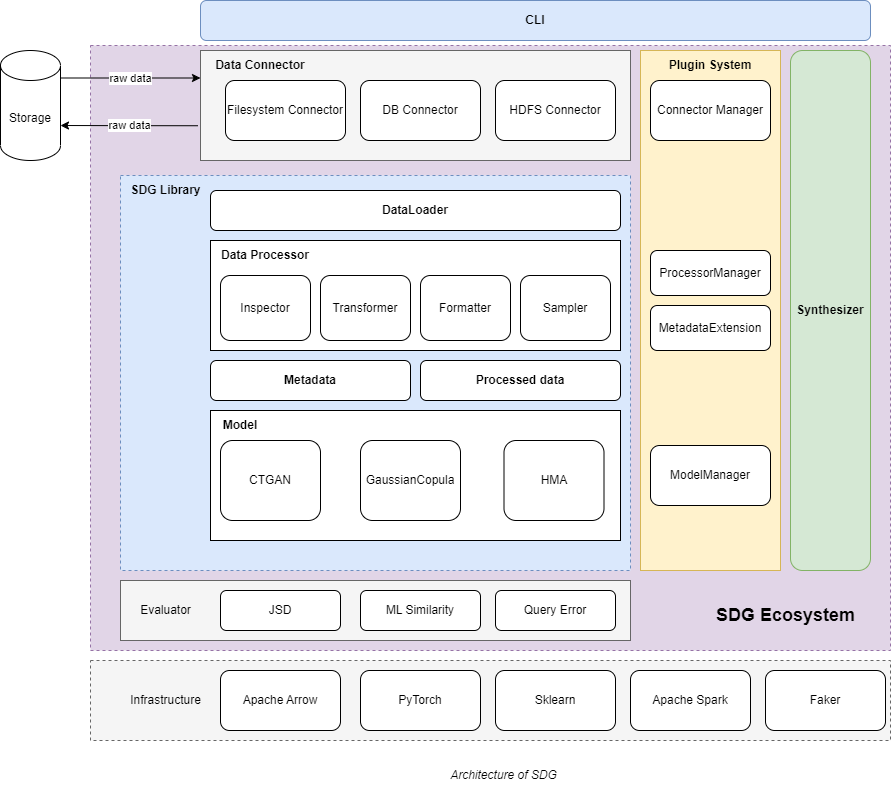
The draw.io diagram docs/source/_static/architecture.png in hitsz-ids/synthetic-data-generator, before a commit. Source tidied: cells renumbered, new cells last; positions are measured from the earlier drawing's top-left corner, leaving out a move shared by most shapes.
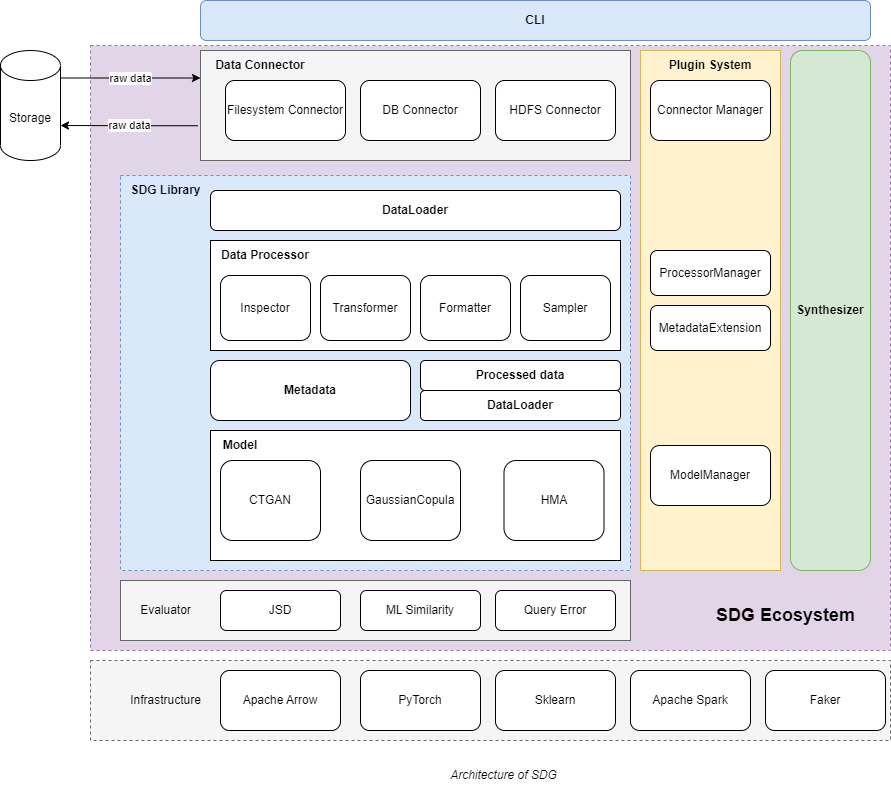
The same file after the commit.

What changed in the source:
```diff
@@ -2,27 +2,27 @@
   <root>
     <mxCell id="0" />
     <mxCell id="1" parent="0" />
-    <mxCell id="2" style="rounded=0;whiteSpace=wrap;html=1;dashed=1;fillColor=#e1d5e7;strokeColor=#9673a6;" parent="1" vertex="1">
-      <mxGeometry x="90" y="45" width="800" height="605" as="geometry" />
-    </mxCell>
-    <mxCell id="3" style="rounded=0;whiteSpace=wrap;html=1;dashed=1;fillColor=#dae8fc;strokeColor=#6c8ebf;" parent="1" vertex="1">
-      <mxGeometry x="120" y="175" width="510" height="395" as="geometry" />
-    </mxCell>
-    <mxCell id="4" style="rounded=0;whiteSpace=wrap;html=1;fillColor=#fff2cc;strokeColor=#d6b656;" parent="1" vertex="1">
-      <mxGeometry x="640" y="50" width="140" height="520" as="geometry" />
-    </mxCell>
+    <mxCell id="48" style="rounded=0;whiteSpace=wrap;html=1;dashed=1;fillColor=#e1d5e7;strokeColor=#9673a6;" parent="1" vertex="1">
+      <mxGeometry x="90" y="45" width="800" height="605" as="geometry" />
+    </mxCell>
+    <mxCell id="49" style="rounded=0;whiteSpace=wrap;html=1;dashed=1;fillColor=#dae8fc;strokeColor=#6c8ebf;" parent="1" vertex="1">
+      <mxGeometry x="120" y="175" width="510" height="395" as="geometry" />
+    </mxCell>
+    <mxCell id="50" style="rounded=0;whiteSpace=wrap;html=1;fillColor=#fff2cc;strokeColor=#d6b656;" parent="1" vertex="1">
+      <mxGeometry x="640" y="50" width="140" height="520" as="geometry" />
+    </mxCell>
     <mxCell id="5" value="Plugin System" style="text;html=1;strokeColor=none;fillColor=none;align=center;verticalAlign=middle;whiteSpace=wrap;rounded=0;fontStyle=1;" parent="1" vertex="1">
       <mxGeometry x="665" y="50" width="90" height="30" as="geometry" />
     </mxCell>
     <mxCell id="6" value="Connector Manager" style="rounded=1;whiteSpace=wrap;html=1;" parent="1" vertex="1">
       <mxGeometry x="650" y="80" width="120" height="60" as="geometry" />
     </mxCell>
-    <mxCell id="7" value="raw data" style="edgeStyle=orthogonalEdgeStyle;rounded=0;jettySize=auto;html=1;exitX=-0.006;exitY=0.684;exitDx=0;exitDy=0;entryX=1;entryY=0;entryDx=0;entryDy=75;entryPerimeter=0;exitPerimeter=0;" parent="1" edge="1" source="8" target="16">
+    <mxCell id="7" value="raw data" style="edgeStyle=orthogonalEdgeStyle;rounded=0;jettySize=auto;html=1;exitX=-0.006;exitY=0.684;exitDx=0;exitDy=0;entryX=1;entryY=0;entryDx=0;entryDy=75;entryPerimeter=0;exitPerimeter=0;" parent="1" edge="1" source="51" target="16">
       <mxGeometry relative="1" as="geometry" />
     </mxCell>
-    <mxCell id="8" style="rounded=0;whiteSpace=wrap;html=1;fillColor=#f5f5f5;fontColor=#333333;strokeColor=#666666;" parent="1" vertex="1">
-      <mxGeometry x="200" y="50" width="430" height="110" as="geometry" />
-    </mxCell>
+    <mxCell id="51" style="rounded=0;whiteSpace=wrap;html=1;fillColor=#f5f5f5;fontColor=#333333;strokeColor=#666666;" parent="1" vertex="1">
+      <mxGeometry x="200" y="50" width="430" height="110" as="geometry" />
+    </mxCell>
     <mxCell id="9" value="Data Connector" style="text;html=1;strokeColor=none;fillColor=none;align=center;verticalAlign=middle;whiteSpace=wrap;rounded=0;fontStyle=1;" parent="1" vertex="1">
       <mxGeometry x="210" y="50" width="100" height="30" as="geometry" />
     </mxCell>
@@ -35,13 +35,13 @@
     <mxCell id="12" value="DB Connector" style="rounded=1;whiteSpace=wrap;html=1;" parent="1" vertex="1">
       <mxGeometry x="360" y="80" width="120" height="60" as="geometry" />
     </mxCell>
-    <mxCell id="13" style="rounded=0;whiteSpace=wrap;html=1;" parent="1" vertex="1">
-      <mxGeometry x="210" y="240" width="410" height="110" as="geometry" />
-    </mxCell>
+    <mxCell id="52" style="rounded=0;whiteSpace=wrap;html=1;" parent="1" vertex="1">
+      <mxGeometry x="210" y="240" width="410" height="110" as="geometry" />
+    </mxCell>
     <mxCell id="14" value="Data Processor" style="text;html=1;strokeColor=none;fillColor=none;align=center;verticalAlign=middle;whiteSpace=wrap;rounded=0;fontStyle=1;" parent="1" vertex="1">
       <mxGeometry x="210" y="240" width="110" height="30" as="geometry" />
     </mxCell>
-    <mxCell id="15" value="raw data" style="edgeStyle=orthogonalEdgeStyle;rounded=0;jettySize=auto;html=1;exitX=1;exitY=0;exitDx=0;exitDy=27.5;exitPerimeter=0;entryX=0;entryY=0.25;entryDx=0;entryDy=0;" parent="1" edge="1" source="16" target="8">
+    <mxCell id="15" value="raw data" style="edgeStyle=orthogonalEdgeStyle;rounded=0;jettySize=auto;html=1;exitX=1;exitY=0;exitDx=0;exitDy=27.5;exitPerimeter=0;entryX=0;entryY=0.25;entryDx=0;entryDy=0;" parent="1" edge="1" source="16" target="51">
       <mxGeometry relative="1" as="geometry" />
     </mxCell>
     <mxCell id="16" value="Storage" style="shape=cylinder3;whiteSpace=wrap;html=1;boundedLbl=1;backgroundOutline=1;size=15;" parent="1" vertex="1">
@@ -50,21 +50,21 @@
     <mxCell id="17" value="HDFS Connector" style="rounded=1;whiteSpace=wrap;html=1;" parent="1" vertex="1">
       <mxGeometry x="495" y="80" width="120" height="60" as="geometry" />
     </mxCell>
-    <mxCell id="18" value="DataLoader" style="rounded=1;whiteSpace=wrap;html=1;fontStyle=1;" parent="1" vertex="1">
-      <mxGeometry x="210" y="190" width="410" height="40" as="geometry" />
-    </mxCell>
+    <mxCell id="53" value="DataLoader" style="rounded=1;whiteSpace=wrap;html=1;fontStyle=1;" parent="1" vertex="1">
+      <mxGeometry x="210" y="190" width="410" height="40" as="geometry" />
+    </mxCell>
     <mxCell id="19" value="SDG Library" style="text;html=1;align=center;verticalAlign=middle;strokeColor=none;fillColor=none;fontStyle=1;" parent="1" vertex="1">
       <mxGeometry x="120" y="175" width="90" height="30" as="geometry" />
     </mxCell>
     <mxCell id="20" value="ProcessorManager" style="rounded=1;whiteSpace=wrap;html=1;" parent="1" vertex="1">
       <mxGeometry x="650" y="250" width="120" height="45" as="geometry" />
     </mxCell>
-    <mxCell id="21" style="rounded=0;whiteSpace=wrap;html=1;" parent="1" vertex="1">
-      <mxGeometry x="210" y="410" width="410" height="130" as="geometry" />
-    </mxCell>
-    <mxCell id="22" style="rounded=0;whiteSpace=wrap;html=1;dashed=1;fillColor=#f5f5f5;fontColor=#333333;strokeColor=#666666;" parent="1" vertex="1">
-      <mxGeometry x="90" y="660" width="800" height="80" as="geometry" />
-    </mxCell>
+    <mxCell id="54" style="rounded=0;whiteSpace=wrap;html=1;" parent="1" vertex="1">
+      <mxGeometry x="210" y="430" width="410" height="130" as="geometry" />
+    </mxCell>
+    <mxCell id="55" style="rounded=0;whiteSpace=wrap;html=1;dashed=1;fillColor=#f5f5f5;fontColor=#333333;strokeColor=#666666;" parent="1" vertex="1">
+      <mxGeometry x="90" y="660" width="800" height="80" as="geometry" />
+    </mxCell>
     <mxCell id="23" value="Infrastructure" style="text;html=1;align=center;verticalAlign=middle;strokeColor=none;fillColor=none;" parent="1" vertex="1">
       <mxGeometry x="120" y="685" width="90" height="30" as="geometry" />
     </mxCell>
@@ -81,10 +81,10 @@
       <mxGeometry x="790" y="50" width="80" height="520" as="geometry" />
     </mxCell>
     <mxCell id="28" value="Model" style="text;html=1;strokeColor=none;fillColor=none;align=center;verticalAlign=middle;whiteSpace=wrap;rounded=0;fontStyle=1;" parent="1" vertex="1">
-      <mxGeometry x="220" y="410" width="40" height="30" as="geometry" />
+      <mxGeometry x="220" y="430" width="40" height="30" as="geometry" />
     </mxCell>
     <mxCell id="29" value="Metadata" style="rounded=1;whiteSpace=wrap;html=1;fontStyle=1;" parent="1" vertex="1">
-      <mxGeometry x="210" y="360" width="200" height="40" as="geometry" />
+      <mxGeometry x="210" y="360" width="200" height="60" as="geometry" />
     </mxCell>
     <mxCell id="30" value="Transformer" style="rounded=1;whiteSpace=wrap;html=1;" parent="1" vertex="1">
       <mxGeometry x="320" y="275" width="90" height="65" as="geometry" />
@@ -99,10 +99,10 @@
       <mxGeometry x="520" y="275" width="90" height="65" as="geometry" />
     </mxCell>
     <mxCell id="34" value="Processed data" style="rounded=1;whiteSpace=wrap;html=1;fontStyle=1;" parent="1" vertex="1">
-      <mxGeometry x="420" y="360" width="200" height="40" as="geometry" />
+      <mxGeometry x="420" y="360" width="200" height="30" as="geometry" />
     </mxCell>
     <mxCell id="35" value="CTGAN" style="rounded=1;whiteSpace=wrap;html=1;" parent="1" vertex="1">
-      <mxGeometry x="220" y="440" width="100" height="80" as="geometry" />
+      <mxGeometry x="220" y="460" width="100" height="80" as="geometry" />
     </mxCell>
     <mxCell id="36" value="Inspector" style="rounded=1;whiteSpace=wrap;html=1;" parent="1" vertex="1">
       <mxGeometry x="220" y="275" width="90" height="65" as="geometry" />
@@ -111,14 +111,14 @@
       <mxGeometry x="650" y="305" width="120" height="45" as="geometry" />
     </mxCell>
     <mxCell id="38" value="GaussianCopula&lt;span style=&quot;&quot;&gt;&lt;/span&gt;" style="rounded=1;whiteSpace=wrap;html=1;" parent="1" vertex="1">
-      <mxGeometry x="360" y="440" width="100" height="80" as="geometry" />
+      <mxGeometry x="360" y="460" width="100" height="80" as="geometry" />
     </mxCell>
     <mxCell id="39" value="HMA&lt;span style=&quot;&quot;&gt;&lt;/span&gt;" style="rounded=1;whiteSpace=wrap;html=1;" parent="1" vertex="1">
-      <mxGeometry x="503.5" y="440" width="100" height="80" as="geometry" />
+      <mxGeometry x="503.5" y="460" width="100" height="80" as="geometry" />
     </mxCell>
-    <mxCell id="40" style="rounded=0;whiteSpace=wrap;html=1;fillColor=#f5f5f5;fontColor=#333333;strokeColor=#666666;" parent="1" vertex="1">
-      <mxGeometry x="120" y="580" width="510" height="60" as="geometry" />
-    </mxCell>
+    <mxCell id="56" style="rounded=0;whiteSpace=wrap;html=1;fillColor=#f5f5f5;fontColor=#333333;strokeColor=#666666;" parent="1" vertex="1">
+      <mxGeometry x="120" y="580" width="510" height="60" as="geometry" />
+    </mxCell>
     <mxCell id="41" value="Evaluator" style="text;html=1;align=center;verticalAlign=middle;strokeColor=none;fillColor=none;fontStyle=0;" parent="1" vertex="1">
       <mxGeometry x="130" y="595" width="70" height="30" as="geometry" />
     </mxCell>
@@ -140,8 +140,11 @@
     <mxCell id="47" value="Faker" style="rounded=1;whiteSpace=wrap;html=1;" parent="1" vertex="1">
       <mxGeometry x="765" y="670" width="120" height="60" as="geometry" />
     </mxCell>
-    <mxCell id="48" value="Architecture of SDG" style="text;html=1;align=center;verticalAlign=middle;strokeColor=none;fillColor=none;fontStyle=2;" parent="1" vertex="1">
-      <mxGeometry x="438" y="760" width="130" height="30" as="geometry" />
-    </mxCell>
+    <mxCell id="57" value="Architecture of SDG" style="text;html=1;align=center;verticalAlign=middle;strokeColor=none;fillColor=none;fontStyle=2;" parent="1" vertex="1">
+      <mxGeometry x="438" y="760" width="130" height="30" as="geometry" />
+    </mxCell>
+    <mxCell id="58" value="DataLoader" style="rounded=1;whiteSpace=wrap;html=1;fontStyle=1;" parent="1" vertex="1">
+      <mxGeometry x="420" y="390" width="200" height="30" as="geometry" />
+    </mxCell>
   </root>
 </mxGraphModel>
```
